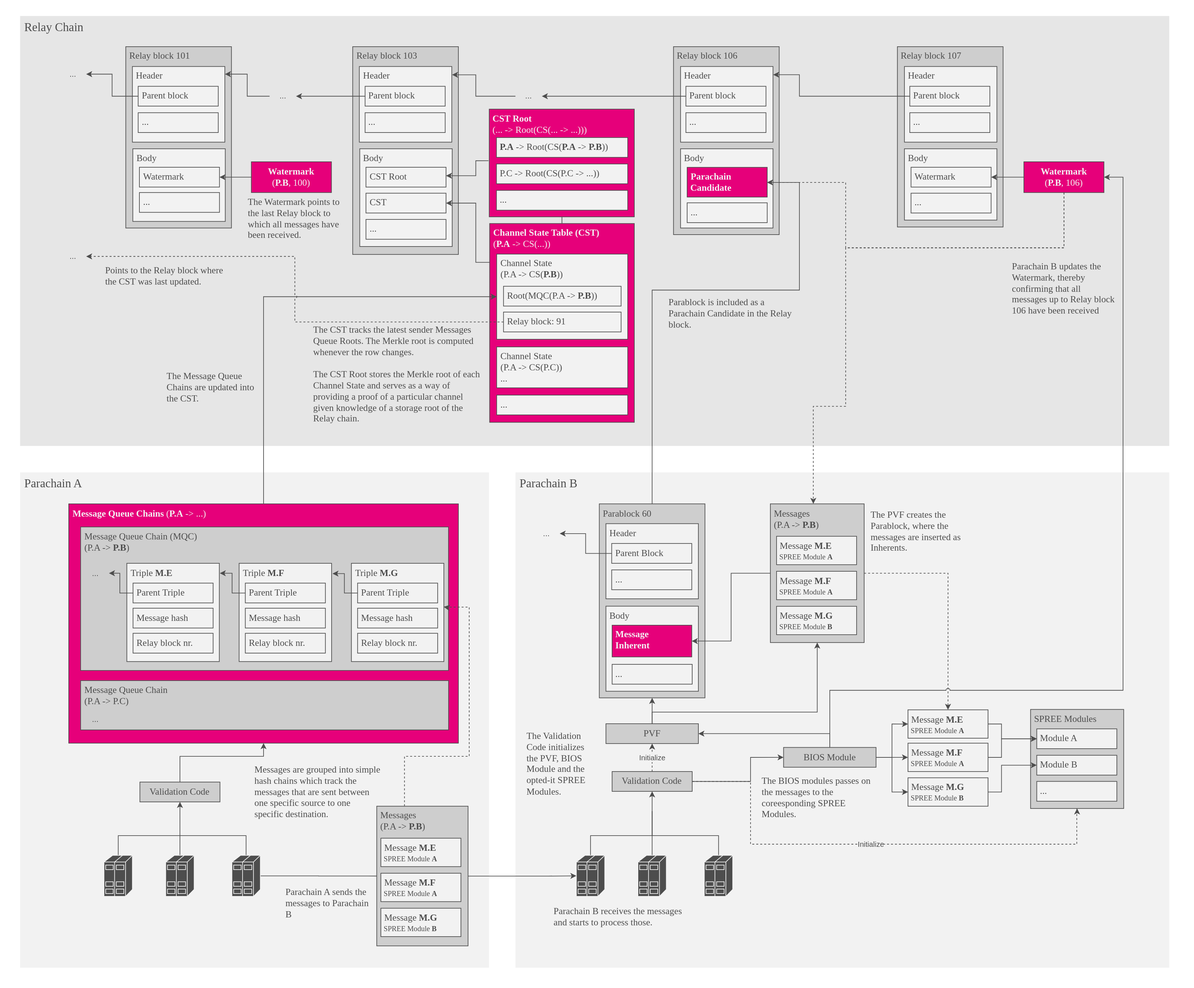
Before: docs/polkadot/XCMP/diagrams/xcmp_spree_diagram.svg, a diagram exported from draw.io (w3f/research). Source tidied: cells renumbered, new cells last; positions are measured from the earlier drawing's top-left corner, leaving out a move shared by most shapes.
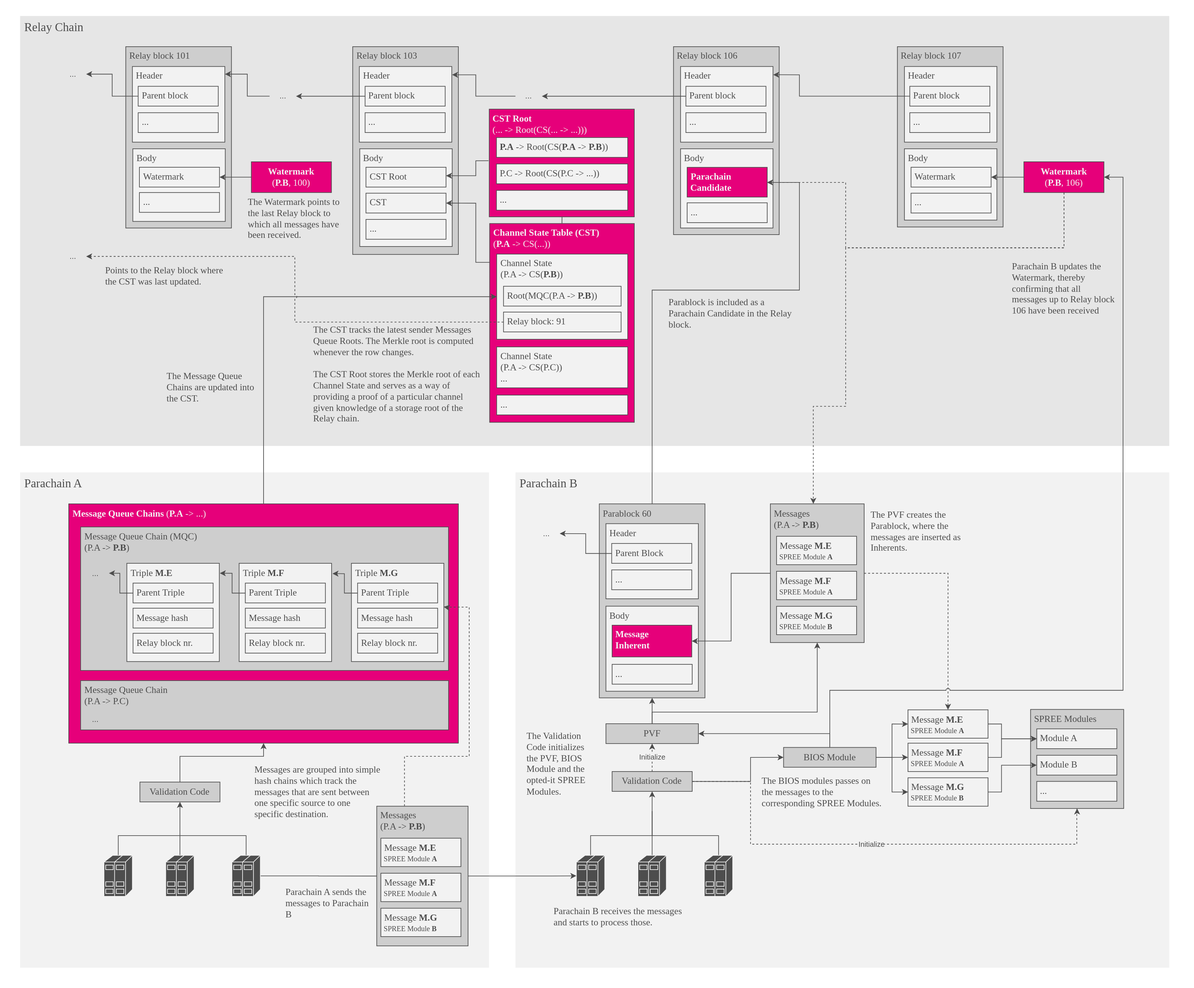
After the commit.

Commit message:
fix typo in diagram

Diff of the diagram source:
```diff
@@ -581,7 +581,7 @@
     <mxCell id="152" value="&lt;font color=&quot;#4d4d4d&quot;&gt;&lt;span style=&quot;font-size: 14px&quot;&gt;The Validation Code initializes the PVF, BIOS Module and the opted-it SPREE Modules.&lt;/span&gt;&lt;/font&gt;" style="rounded=0;whiteSpace=wrap;html=1;fillColor=none;strokeColor=none;strokeWidth=1;align=left;verticalAlign=top;glass=0;fontFamily=Work Sans;" parent="1" vertex="1">
       <mxGeometry x="795.2" y="1099.8" width="110" height="139.3" as="geometry" />
     </mxCell>
-    <mxCell id="153" value="&lt;font color=&quot;#4d4d4d&quot;&gt;&lt;span style=&quot;font-size: 14px&quot;&gt;The BIOS modules passes on the messages to the coreesponding SPREE Modules.&lt;/span&gt;&lt;/font&gt;" style="rounded=0;whiteSpace=wrap;html=1;fillColor=none;strokeColor=none;strokeWidth=1;align=left;verticalAlign=top;glass=0;fontFamily=Work Sans;" parent="1" vertex="1">
+    <mxCell id="153" value="&lt;font color=&quot;#4d4d4d&quot;&gt;&lt;span style=&quot;font-size: 14px&quot;&gt;The BIOS modules passes on the messages to the corresponding SPREE Modules.&lt;/span&gt;&lt;/font&gt;" style="rounded=0;whiteSpace=wrap;html=1;fillColor=none;strokeColor=none;strokeWidth=1;align=left;verticalAlign=top;glass=0;fontFamily=Work Sans;" parent="1" vertex="1">
       <mxGeometry x="1151" y="1168" width="185" height="71" as="geometry" />
     </mxCell>
     <mxCell id="154" value="&lt;font color=&quot;#4d4d4d&quot;&gt;&lt;span style=&quot;font-size: 14px&quot;&gt;The CST tracks the latest sender Messages Queue Roots. The Merkle root is computed whenever the row changes.&lt;br&gt;&lt;br&gt;The CST Root stores the Merkle root of each Channel State and serves as a way of providing a proof of a particular channel given knowledge of a storage root of the Relay chain.&lt;br&gt;&lt;/span&gt;&lt;/font&gt;" style="rounded=0;whiteSpace=wrap;html=1;fillColor=none;strokeColor=none;strokeWidth=1;align=left;verticalAlign=top;glass=0;fontFamily=Work Sans;" parent="1" vertex="1">
```
